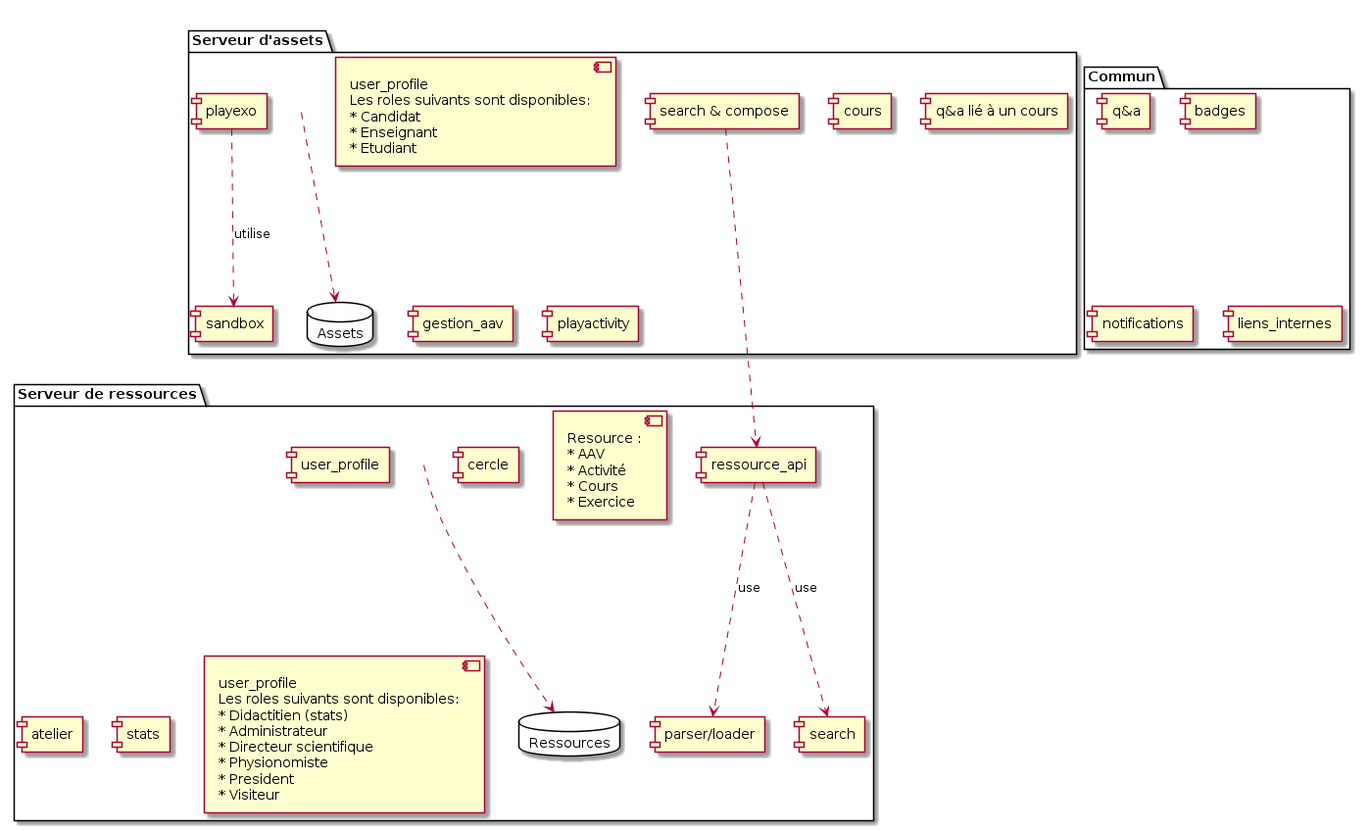
Earlier version of the PlantUML export paquetage/paquetage.png (PremierLangage/platon-conception). The source it was exported from:
```plantuml
@startuml


package "Serveur d'assets" as assets{
	component roles_assets [
		user_profile
		Les roles suivants sont disponibles:
		* Candidat
		* Enseignant
		* Etudiant
	]
	[search & compose] as sc
	[cours]
	[q&a lié à un cours]
	[gestion_aav]
	[playactivity]
	[sandbox]
	[playexo]
	[playexo] ..> [sandbox] : utilise

	database "Assets" as assets_db {

	}
}

package "Commun" as common {
	[q&a]
	[badges]
	[notifications]
	[liens_internes]

}


package "Serveur de ressources" as ressources {
	[user_profile]
	[cercle]
	component resources [
		Resource :
		* AAV
		* Activité
		* Cours
		* Exercice
	]
	[atelier]
	[stats]
	[parser/loader]
	[ressource_api]

	[ressource_api] ..> [search] : use
	[ressource_api] ..> [parser/loader] : use

	component roles_ressources [
		user_profile
		Les roles suivants sont disponibles:
		* Didactitien (stats)
		* Administrateur
		* Directeur scientifique
		* Physionomiste
		* President
		* Visiteur
	]

	database "Ressources" as ressources_db {

	}
}


ressources ..> ressources_db
assets ..> assets_db
sc ..> [ressource_api]

@enduml
```
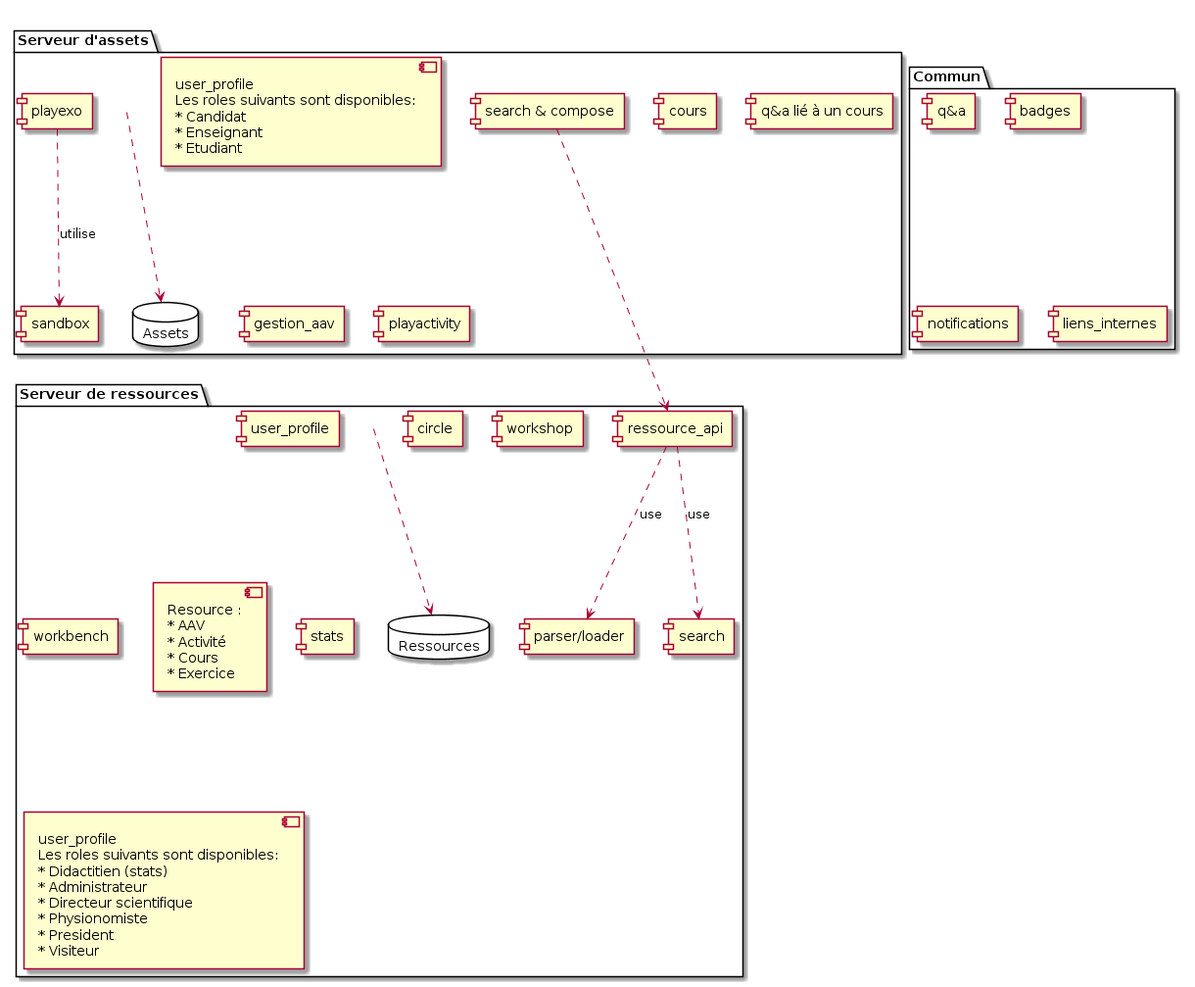
Above is the later version.

Commit message:
updated circle & workbench packages

Change to the diagram source:
```diff
@@ -34,7 +34,9 @@
 
 package "Serveur de ressources" as ressources {
 	[user_profile]
-	[cercle]
+	[circle]
+	[workshop]
+	[workbench]
 	component resources [
 		Resource :
 		* AAV
@@ -42,7 +44,6 @@
 		* Cours
 		* Exercice
 	]
-	[atelier]
 	[stats]
 	[parser/loader]
 	[ressource_api]
```
